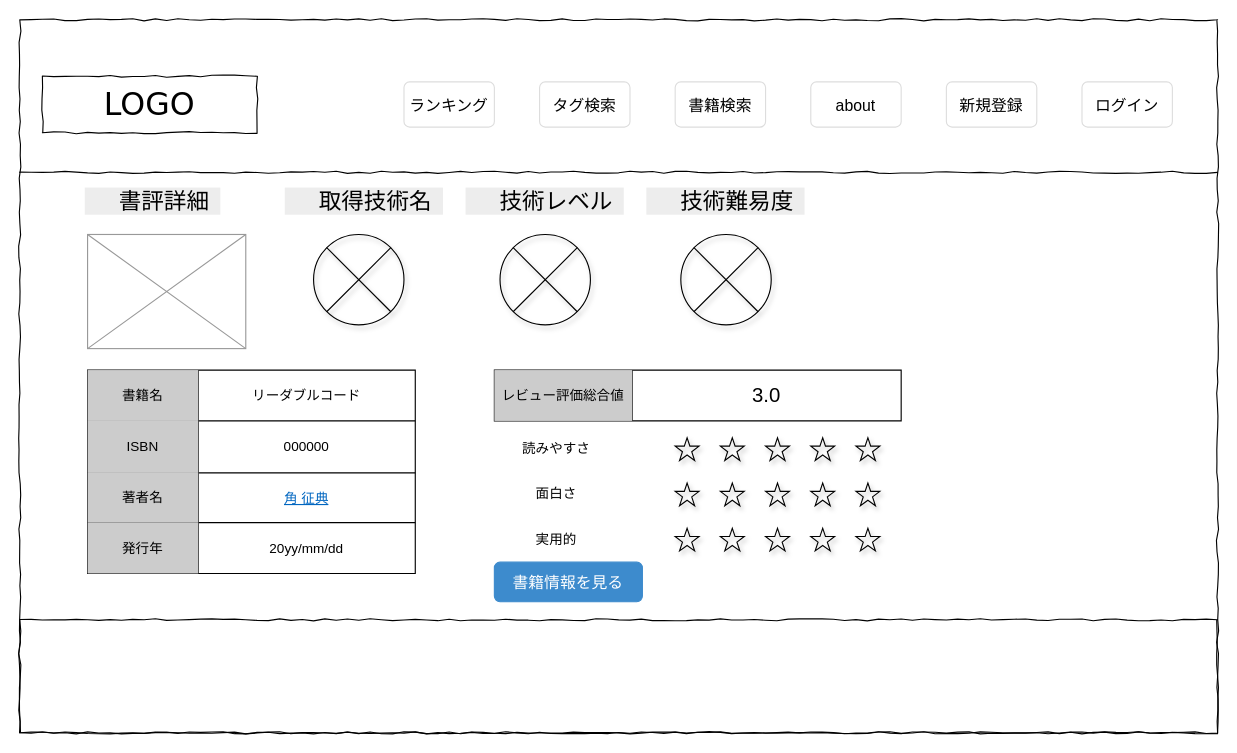
The draw.io diagram page "書評詳細" (4 of 22) of wire_TechnicalBookReviewers_user.drawio in MitsuruYako/TechnicalBookReviewers, before the edit. Source tidied: cells renumbered, new cells numbered last; positions are measured from the earlier drawing's top-left corner, leaving out a move shared by most shapes. Both pictures are drawn from the tidied source at 113%, with x=0, y=0 at pixel (19, 19).
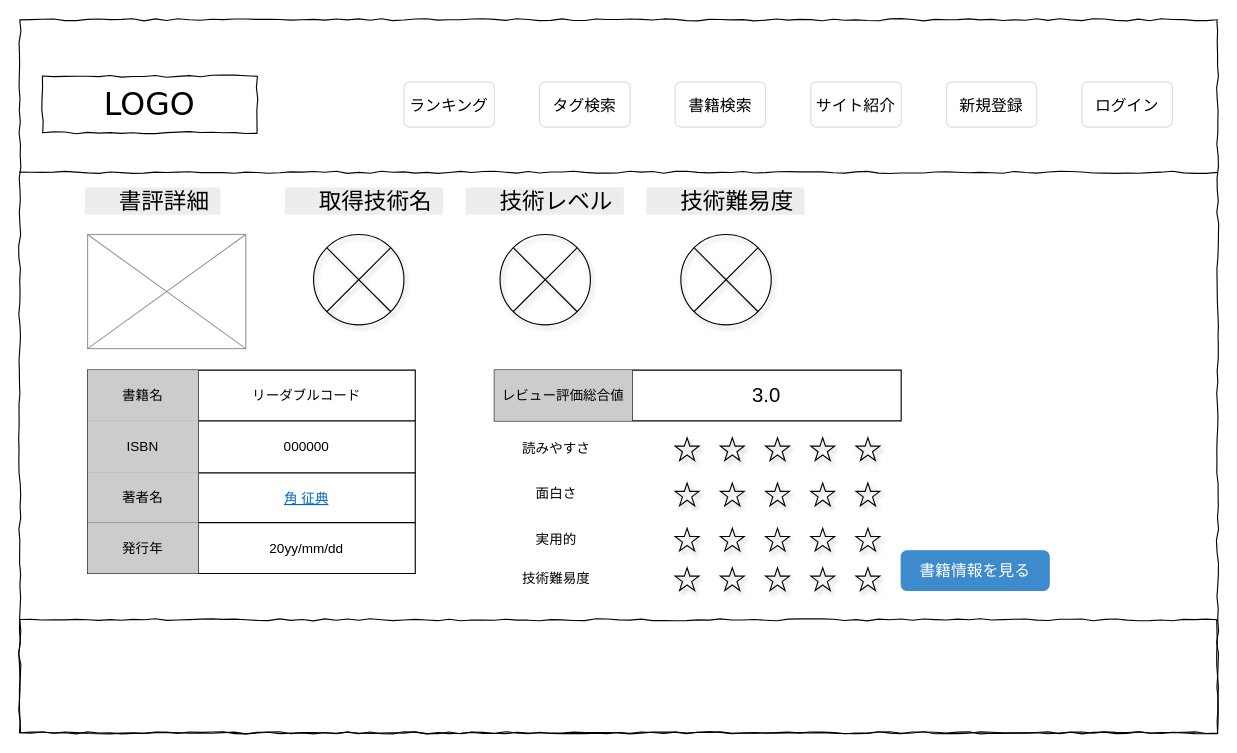
After the change.

Diff of the diagram source:
```diff
@@
     <mxCell id="7" value="&lt;span style=&quot;font-size: 14px&quot;&gt;書籍情報を見る&lt;/span&gt;" style="html=1;shadow=0;dashed=0;shape=mxgraph.bootstrap.rrect;rSize=5;fillColor=#3D8BCD;align=center;strokeColor=#3D8BCD;fontColor=#ffffff;fontSize=10;whiteSpace=wrap;" parent="1" vertex="1">
-      <mxGeometry x="420" y="480" width="131" height="35" as="geometry" />
+      <mxGeometry x="780" y="470" width="131" height="35" as="geometry" />
     </mxCell>
@@
-    <mxCell id="9" value="&lt;span style=&quot;font-size: 14px&quot;&gt;about&lt;/span&gt;" style="html=1;shadow=0;dashed=0;shape=mxgraph.bootstrap.rrect;rSize=5;strokeColor=#dddddd;align=center;fontSize=16;whiteSpace=wrap;fillColor=#FFFFFF;" parent="1" vertex="1">
+    <mxCell id="9" value="&lt;span style=&quot;font-size: 14px&quot;&gt;サイト紹介&lt;/span&gt;" style="html=1;shadow=0;dashed=0;shape=mxgraph.bootstrap.rrect;rSize=5;strokeColor=#dddddd;align=center;fontSize=16;whiteSpace=wrap;fillColor=#FFFFFF;" parent="1" vertex="1">
       <mxGeometry x="700" y="55" width="80" height="40" as="geometry" />
     </mxCell>
@@
+    <mxCell id="56" value="技術難易度" style="text;html=1;strokeColor=none;fillColor=none;align=center;verticalAlign=middle;whiteSpace=wrap;rounded=0;shadow=1;" parent="1" vertex="1">
+      <mxGeometry x="420" y="485" width="110" height="20" as="geometry" />
+    </mxCell>
+    <mxCell id="57" style="verticalLabelPosition=bottom;verticalAlign=top;html=1;shape=mxgraph.basic.star;shadow=1;strokeColor=#000000;fillColor=none;" parent="1" vertex="1">
+      <mxGeometry x="580" y="485" width="21.1" height="20" as="geometry" />
+    </mxCell>
+    <mxCell id="58" style="verticalLabelPosition=bottom;verticalAlign=top;html=1;shape=mxgraph.basic.star;shadow=1;strokeColor=#000000;fillColor=none;" parent="1" vertex="1">
+      <mxGeometry x="620" y="485" width="21.1" height="20" as="geometry" />
+    </mxCell>
+    <mxCell id="59" style="verticalLabelPosition=bottom;verticalAlign=top;html=1;shape=mxgraph.basic.star;shadow=1;strokeColor=#000000;fillColor=none;" parent="1" vertex="1">
+      <mxGeometry x="660" y="485" width="21.1" height="20" as="geometry" />
+    </mxCell>
+    <mxCell id="60" style="verticalLabelPosition=bottom;verticalAlign=top;html=1;shape=mxgraph.basic.star;shadow=1;strokeColor=#000000;fillColor=none;" parent="1" vertex="1">
+      <mxGeometry x="700" y="485" width="21.1" height="20" as="geometry" />
+    </mxCell>
+    <mxCell id="61" style="verticalLabelPosition=bottom;verticalAlign=top;html=1;shape=mxgraph.basic.star;shadow=1;strokeColor=#000000;fillColor=none;" parent="1" vertex="1">
+      <mxGeometry x="740" y="485" width="21.1" height="20" as="geometry" />
+    </mxCell>
```
